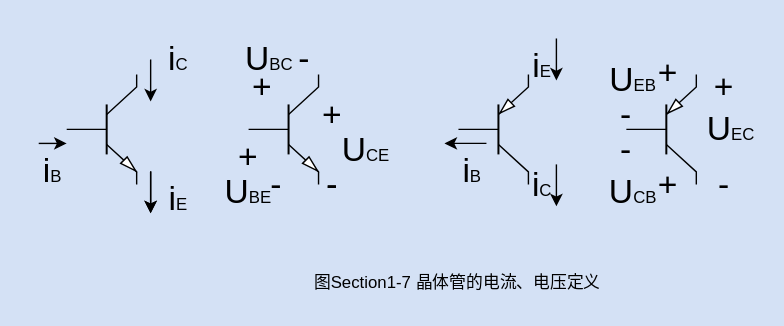
This is hardware/新概念模拟电路-1-晶体管/images/新概念模拟电路-1-section-1-7.drawio.svg from web1992/read, a draw.io export, as it was before one commit. Source tidied: cells renumbered, new cells last; positions are measured from the earlier drawing's top-left corner, leaving out a move shared by most shapes.
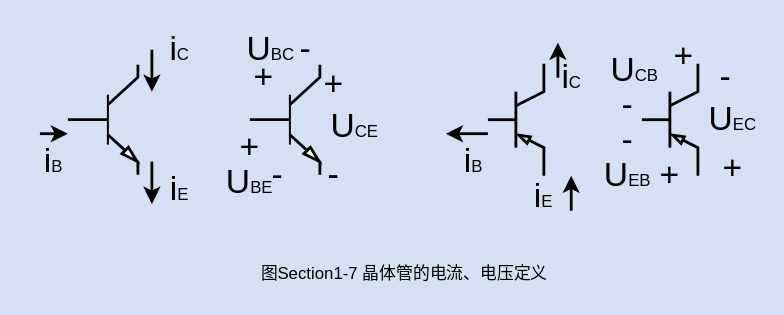
After the commit.

Change to the diagram source:
```diff
@@ -2,19 +2,13 @@
   <root>
     <mxCell id="0" />
     <mxCell id="1" parent="0" />
-    <mxCell id="2" style="verticalLabelPosition=bottom;shadow=0;dashed=0;align=center;html=1;verticalAlign=top;shape=mxgraph.electrical.transistors.npn_transistor_5;" parent="1" vertex="1">
+    <mxCell id="2" style="verticalLabelPosition=bottom;shadow=0;dashed=0;align=center;html=1;verticalAlign=top;shape=mxgraph.electrical.transistors.npn_transistor_5;strokeWidth=2;" parent="1" vertex="1">
       <mxGeometry x="20" y="25" width="50" height="80" as="geometry" />
     </mxCell>
-    <mxCell id="3" style="verticalLabelPosition=bottom;shadow=0;dashed=0;align=center;html=1;verticalAlign=top;shape=mxgraph.electrical.transistors.pnp_transistor_5;" parent="1" vertex="1">
-      <mxGeometry x="300" y="25" width="50" height="80" as="geometry" />
-    </mxCell>
-    <mxCell id="4" style="verticalLabelPosition=bottom;shadow=0;dashed=0;align=center;html=1;verticalAlign=top;shape=mxgraph.electrical.transistors.npn_transistor_5;" parent="1" vertex="1">
+    <mxCell id="4" style="verticalLabelPosition=bottom;shadow=0;dashed=0;align=center;html=1;verticalAlign=top;shape=mxgraph.electrical.transistors.npn_transistor_5;strokeWidth=2;" parent="1" vertex="1">
       <mxGeometry x="150" y="25" width="50" height="80" as="geometry" />
     </mxCell>
-    <mxCell id="5" style="verticalLabelPosition=bottom;shadow=0;dashed=0;align=center;html=1;verticalAlign=top;shape=mxgraph.electrical.transistors.pnp_transistor_5;" parent="1" vertex="1">
-      <mxGeometry x="420" y="25" width="50" height="80" as="geometry" />
-    </mxCell>
-    <mxCell id="6" style="endArrow=classic;html=1;rounded=0;" parent="1" edge="1">
+    <mxCell id="6" style="endArrow=classic;html=1;rounded=0;strokeWidth=2;" parent="1" edge="1">
       <mxGeometry relative="1" as="geometry">
         <mxPoint x="80" y="15" as="sourcePoint" />
         <mxPoint x="80" y="45" as="targetPoint" />
@@ -26,13 +20,13 @@
         <mxPoint x="80" y="125" as="targetPoint" />
       </mxGeometry>
     </mxCell>
-    <mxCell id="8" style="endArrow=classic;html=1;rounded=0;" parent="1" edge="1">
+    <mxCell id="8" style="endArrow=classic;html=1;rounded=0;strokeWidth=2;" parent="1" edge="1">
       <mxGeometry relative="1" as="geometry">
         <mxPoint x="80" y="95" as="sourcePoint" />
         <mxPoint x="80" y="125" as="targetPoint" />
       </mxGeometry>
     </mxCell>
-    <mxCell id="9" style="endArrow=classic;html=1;rounded=0;" parent="1" edge="1">
+    <mxCell id="9" style="endArrow=classic;html=1;rounded=0;strokeWidth=2;" parent="1" edge="1">
       <mxGeometry relative="1" as="geometry">
         <mxPoint y="75" as="sourcePoint" />
         <mxPoint x="20" y="75" as="targetPoint" />
@@ -51,7 +45,7 @@
       <mxGeometry x="180" y="5" width="20" height="20" as="geometry" />
     </mxCell>
     <mxCell id="14" value="&lt;font style=&quot;font-size: 24px;&quot;&gt;+&lt;/font&gt;" style="text;html=1;strokeColor=none;fillColor=none;align=center;verticalAlign=middle;whiteSpace=wrap;rounded=0;" parent="1" vertex="1">
-      <mxGeometry x="200" y="45" width="20" height="20" as="geometry" />
+      <mxGeometry x="200" y="30" width="20" height="20" as="geometry" />
     </mxCell>
     <mxCell id="15" value="&lt;font style=&quot;font-size: 24px;&quot;&gt;-&lt;/font&gt;" style="text;html=1;strokeColor=none;fillColor=none;align=center;verticalAlign=middle;whiteSpace=wrap;rounded=0;" parent="1" vertex="1">
       <mxGeometry x="200" y="95" width="20" height="20" as="geometry" />
@@ -75,18 +69,18 @@
       <mxGeometry x="135" y="95" width="30" height="30" as="geometry" />
     </mxCell>
     <mxCell id="22" value="&lt;font style=&quot;font-size: 24px;&quot;&gt;U&lt;/font&gt;CE" style="text;html=1;strokeColor=none;fillColor=none;align=center;verticalAlign=middle;whiteSpace=wrap;rounded=0;" parent="1" vertex="1">
-      <mxGeometry x="219" y="65" width="30" height="30" as="geometry" />
+      <mxGeometry x="210" y="55" width="30" height="30" as="geometry" />
     </mxCell>
     <mxCell id="23" value="&lt;font style=&quot;font-size: 24px;&quot;&gt;i&lt;/font&gt;&lt;font style=&quot;font-size: 12px;&quot;&gt;E&lt;/font&gt;" style="text;html=1;strokeColor=none;fillColor=none;align=center;verticalAlign=middle;whiteSpace=wrap;rounded=0;" parent="1" vertex="1">
-      <mxGeometry x="350" y="10" width="20" height="20" as="geometry" />
+      <mxGeometry x="350" y="110" width="20" height="20" as="geometry" />
     </mxCell>
     <mxCell id="24" value="&lt;font style=&quot;font-size: 24px;&quot;&gt;i&lt;/font&gt;B" style="text;html=1;strokeColor=none;fillColor=none;align=center;verticalAlign=middle;whiteSpace=wrap;rounded=0;" parent="1" vertex="1">
       <mxGeometry x="300" y="85" width="20" height="20" as="geometry" />
     </mxCell>
     <mxCell id="25" value="&lt;font style=&quot;font-size: 24px;&quot;&gt;i&lt;/font&gt;&lt;font style=&quot;font-size: 12px;&quot;&gt;C&lt;/font&gt;" style="text;html=1;strokeColor=none;fillColor=none;align=center;verticalAlign=middle;whiteSpace=wrap;rounded=0;" parent="1" vertex="1">
-      <mxGeometry x="350" y="95" width="20" height="20" as="geometry" />
+      <mxGeometry x="370" y="25" width="20" height="20" as="geometry" />
     </mxCell>
-    <mxCell id="26" style="endArrow=classic;html=1;rounded=0;" parent="1" edge="1">
+    <mxCell id="26" style="endArrow=classic;html=1;rounded=0;strokeWidth=2;" parent="1" edge="1">
       <mxGeometry relative="1" as="geometry">
         <mxPoint x="320" y="75" as="sourcePoint" />
         <mxPoint x="290" y="75" as="targetPoint" />
@@ -99,40 +93,106 @@
       <mxGeometry x="410" y="70" width="20" height="20" as="geometry" />
     </mxCell>
     <mxCell id="29" value="&lt;font style=&quot;font-size: 24px;&quot;&gt;+&lt;/font&gt;" style="text;html=1;strokeColor=none;fillColor=none;align=center;verticalAlign=middle;whiteSpace=wrap;rounded=0;" parent="1" vertex="1">
-      <mxGeometry x="440" y="15" width="20" height="20" as="geometry" />
+      <mxGeometry x="450" y="10" width="20" height="20" as="geometry" />
     </mxCell>
     <mxCell id="30" value="&lt;font style=&quot;font-size: 24px;&quot;&gt;+&lt;/font&gt;" style="text;html=1;strokeColor=none;fillColor=none;align=center;verticalAlign=middle;whiteSpace=wrap;rounded=0;" parent="1" vertex="1">
-      <mxGeometry x="480" y="25" width="20" height="20" as="geometry" />
+      <mxGeometry x="485" y="90" width="20" height="20" as="geometry" />
     </mxCell>
     <mxCell id="31" value="&lt;font style=&quot;font-size: 24px;&quot;&gt;+&lt;/font&gt;" style="text;html=1;strokeColor=none;fillColor=none;align=center;verticalAlign=middle;whiteSpace=wrap;rounded=0;" parent="1" vertex="1">
       <mxGeometry x="440" y="95" width="20" height="20" as="geometry" />
     </mxCell>
     <mxCell id="32" value="&lt;font style=&quot;font-size: 24px;&quot;&gt;-&lt;/font&gt;" style="text;html=1;strokeColor=none;fillColor=none;align=center;verticalAlign=middle;whiteSpace=wrap;rounded=0;" parent="1" vertex="1">
-      <mxGeometry x="480" y="95" width="20" height="20" as="geometry" />
+      <mxGeometry x="480" y="25" width="20" height="20" as="geometry" />
     </mxCell>
     <mxCell id="33" value="&lt;font style=&quot;font-size: 24px;&quot;&gt;U&lt;/font&gt;EB" style="text;html=1;strokeColor=none;fillColor=none;align=center;verticalAlign=middle;whiteSpace=wrap;rounded=0;" parent="1" vertex="1">
-      <mxGeometry x="410" y="15" width="30" height="30" as="geometry" />
+      <mxGeometry x="405" y="90" width="30" height="30" as="geometry" />
     </mxCell>
     <mxCell id="34" value="&lt;font style=&quot;font-size: 24px;&quot;&gt;U&lt;/font&gt;CB" style="text;html=1;strokeColor=none;fillColor=none;align=center;verticalAlign=middle;whiteSpace=wrap;rounded=0;" parent="1" vertex="1">
-      <mxGeometry x="410" y="95" width="30" height="30" as="geometry" />
+      <mxGeometry x="410" y="15" width="30" height="30" as="geometry" />
     </mxCell>
     <mxCell id="35" value="&lt;font style=&quot;font-size: 24px;&quot;&gt;U&lt;/font&gt;EC" style="text;html=1;strokeColor=none;fillColor=none;align=center;verticalAlign=middle;whiteSpace=wrap;rounded=0;" parent="1" vertex="1">
       <mxGeometry x="480" y="50" width="30" height="30" as="geometry" />
     </mxCell>
     <mxCell id="36" value="图Section1-7 晶体管的电流、电压定义" style="text;html=1;strokeColor=none;fillColor=none;align=center;verticalAlign=middle;whiteSpace=wrap;rounded=0;" parent="1" vertex="1">
-      <mxGeometry x="179" y="165" width="241" height="20" as="geometry" />
+      <mxGeometry x="140" y="165" width="241" height="20" as="geometry" />
     </mxCell>
-    <mxCell id="37" style="endArrow=classic;html=1;rounded=0;" parent="1" edge="1">
+    <mxCell id="37" style="endArrow=classic;html=1;rounded=0;strokeWidth=2;" parent="1" edge="1">
       <mxGeometry relative="1" as="geometry">
-        <mxPoint x="370" as="sourcePoint" />
-        <mxPoint x="370" y="30" as="targetPoint" />
+        <mxPoint x="370" y="35" as="sourcePoint" />
+        <mxPoint x="370" y="10" as="targetPoint" />
       </mxGeometry>
     </mxCell>
-    <mxCell id="38" style="endArrow=classic;html=1;rounded=0;" parent="1" edge="1">
+    <mxCell id="38" style="endArrow=classic;html=1;rounded=0;strokeWidth=2;" parent="1" edge="1">
       <mxGeometry relative="1" as="geometry">
-        <mxPoint x="370" y="90" as="sourcePoint" />
-        <mxPoint x="370" y="120" as="targetPoint" />
+        <mxPoint x="379.5" y="130" as="sourcePoint" />
+        <mxPoint x="379.5" y="105" as="targetPoint" />
       </mxGeometry>
     </mxCell>
+    <mxCell id="39" style="group;" parent="1" vertex="1">
+      <mxGeometry x="320" y="45" width="40" height="40" as="geometry" />
+    </mxCell>
+    <mxCell id="40" style="endArrow=none;html=1;rounded=0;strokeWidth=2;" parent="39" edge="1">
+      <mxGeometry relative="1" as="geometry">
+        <mxPoint x="20" y="40" as="sourcePoint" />
+        <mxPoint x="20" as="targetPoint" />
+      </mxGeometry>
+    </mxCell>
+    <mxCell id="41" style="endArrow=none;html=1;rounded=0;strokeWidth=2;" parent="39" edge="1">
+      <mxGeometry relative="1" as="geometry">
+        <mxPoint y="20" as="sourcePoint" />
+        <mxPoint x="20" y="20" as="targetPoint" />
+      </mxGeometry>
+    </mxCell>
+    <mxCell id="42" style="endArrow=none;html=1;rounded=0;strokeWidth=2;" parent="39" edge="1">
+      <mxGeometry relative="1" as="geometry">
+        <mxPoint x="20" y="10" as="sourcePoint" />
+        <mxPoint x="40" y="-20" as="targetPoint" />
+        <Array as="points">
+          <mxPoint x="40" />
+        </Array>
+      </mxGeometry>
+    </mxCell>
+    <mxCell id="43" style="endArrow=blockThin;html=1;rounded=0;strokeWidth=2;endFill=0;" parent="39" edge="1">
+      <mxGeometry relative="1" as="geometry">
+        <mxPoint x="40" y="60" as="sourcePoint" />
+        <mxPoint x="20" y="30" as="targetPoint" />
+        <Array as="points">
+          <mxPoint x="40" y="40" />
+        </Array>
+      </mxGeometry>
+    </mxCell>
+    <mxCell id="44" style="group;" parent="1" vertex="1">
+      <mxGeometry x="430" y="45" width="40" height="40" as="geometry" />
+    </mxCell>
+    <mxCell id="45" style="endArrow=none;html=1;rounded=0;strokeWidth=2;" parent="44" edge="1">
+      <mxGeometry relative="1" as="geometry">
+        <mxPoint x="20" y="40" as="sourcePoint" />
+        <mxPoint x="20" as="targetPoint" />
+      </mxGeometry>
+    </mxCell>
+    <mxCell id="46" style="endArrow=none;html=1;rounded=0;strokeWidth=2;" parent="44" edge="1">
+      <mxGeometry relative="1" as="geometry">
+        <mxPoint y="20" as="sourcePoint" />
+        <mxPoint x="20" y="20" as="targetPoint" />
+      </mxGeometry>
+    </mxCell>
+    <mxCell id="47" style="endArrow=none;html=1;rounded=0;strokeWidth=2;" parent="44" edge="1">
+      <mxGeometry relative="1" as="geometry">
+        <mxPoint x="20" y="10" as="sourcePoint" />
+        <mxPoint x="40" y="-20" as="targetPoint" />
+        <Array as="points">
+          <mxPoint x="40" />
+        </Array>
+      </mxGeometry>
+    </mxCell>
+    <mxCell id="48" style="endArrow=blockThin;html=1;rounded=0;strokeWidth=2;endFill=0;" parent="44" edge="1">
+      <mxGeometry relative="1" as="geometry">
+        <mxPoint x="40" y="60" as="sourcePoint" />
+        <mxPoint x="20" y="30" as="targetPoint" />
+        <Array as="points">
+          <mxPoint x="40" y="40" />
+        </Array>
+      </mxGeometry>
+    </mxCell>
   </root>
 </mxGraphModel>
```
